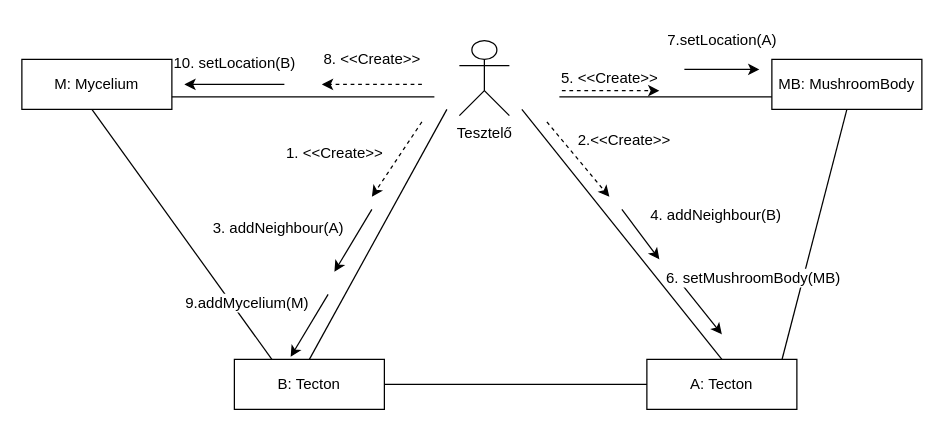
Earlier version of the draw.io diagram page "5.4.2.MGrow1MycKomm" (19 of 29) of 6_szkeleton_beadasa/MyceliumGrow&MushroomBodyGrow Komm és Seq Diagrammok.drawio (koharzsombor/bandITs). Source tidied: cells renumbered, new cells numbered last; positions are measured from the earlier drawing's top-left corner, leaving out a move shared by most shapes. Both pictures are drawn from the tidied source at 125%, with x=0, y=0 at pixel (21, 21).
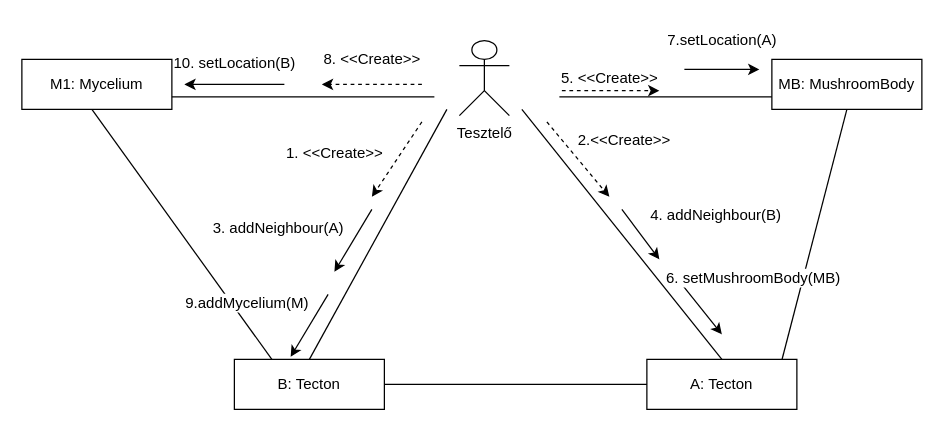
The same page after the edit.

Commit message (it also covers changes not shown here):
Mycelium Komm update

Change to the diagram source:
```diff
@@
-    <mxCell id="25" value="M: Mycelium" style="html=1;whiteSpace=wrap;" parent="1" vertex="1">
+    <mxCell id="25" value="M1: Mycelium" style="html=1;whiteSpace=wrap;" parent="1" vertex="1">
       <mxGeometry y="30" width="120" height="40" as="geometry" />
     </mxCell>
```
